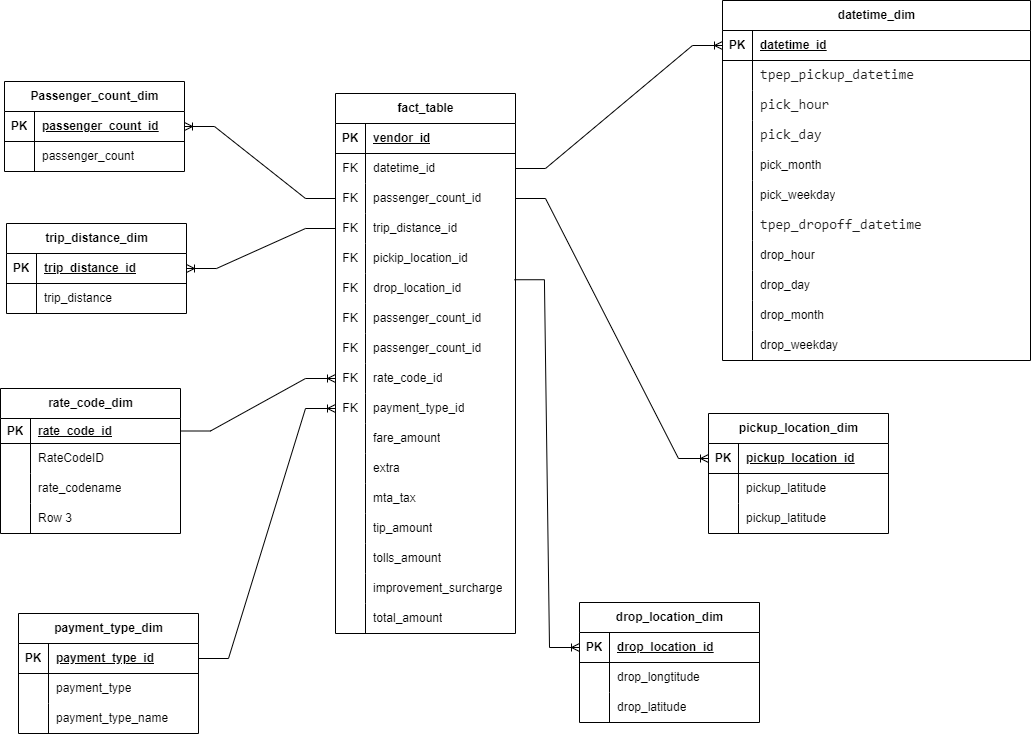
This is Star Schema.drawio.png from annhthuu16/uber-data-analytics, a draw.io export, as it was before one commit. Source tidied: cells renumbered, new cells last; positions are measured from the earlier drawing's top-left corner, leaving out a move shared by most shapes.
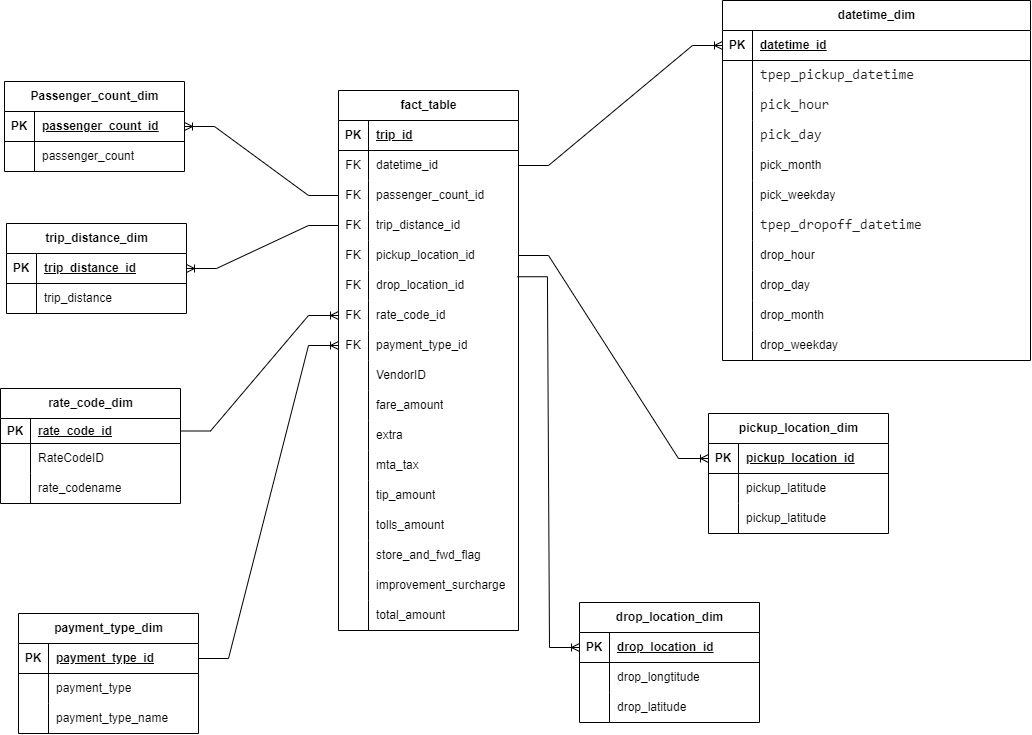
The same file after the commit.

Diff of the diagram source:
```diff
@@ -3,7 +3,7 @@
     <mxCell id="0" />
     <mxCell id="1" parent="0" />
     <mxCell id="2" value="fact_table" style="shape=table;startSize=30;rowLines=0;fontStyle=1;align=center;html=1;" parent="1" vertex="1">
-      <mxGeometry x="335" y="93" width="180" height="540" as="geometry" />
+      <mxGeometry x="338" y="90" width="180" height="540" as="geometry" />
     </mxCell>
     <mxCell id="3" style="shape=tableRow;horizontal=0;startSize=0;swimlaneHead=0;swimlaneBody=0;fillColor=none;top=0;left=0;right=0;bottom=1;" parent="2" vertex="1">
       <mxGeometry y="30" width="180" height="30" as="geometry" />
@@ -11,7 +11,7 @@
     <mxCell id="4" value="PK" style="shape=partialRectangle;fillColor=none;top=0;left=0;bottom=0;right=0;fontStyle=1;overflow=hidden;whiteSpace=wrap;html=1;" parent="3" vertex="1">
       <mxGeometry width="30" height="30" as="geometry" />
     </mxCell>
-    <mxCell id="5" value="vendor_id" style="shape=partialRectangle;fillColor=none;top=0;left=0;bottom=0;right=0;align=left;spacingLeft=6;fontStyle=5;overflow=hidden;whiteSpace=wrap;html=1;" parent="3" vertex="1">
+    <mxCell id="5" value="trip_id" style="shape=partialRectangle;fillColor=none;top=0;left=0;bottom=0;right=0;align=left;spacingLeft=6;fontStyle=5;overflow=hidden;whiteSpace=wrap;html=1;" parent="3" vertex="1">
       <mxGeometry x="30" width="150" height="30" as="geometry" />
     </mxCell>
     <mxCell id="6" style="shape=tableRow;horizontal=0;startSize=0;swimlaneHead=0;swimlaneBody=0;fillColor=none;points=[[0,0.5],[1,0.5]];portConstraint=eastwest;top=0;left=0;right=0;bottom=0;" parent="2" vertex="1">
@@ -47,7 +47,7 @@
     <mxCell id="16" value="FK" style="shape=partialRectangle;fillColor=none;top=0;left=0;bottom=0;right=0;overflow=hidden;whiteSpace=wrap;html=1;" parent="15" vertex="1">
       <mxGeometry width="30" height="30" as="geometry" />
     </mxCell>
-    <mxCell id="17" value="pickip_location_id" style="shape=partialRectangle;fillColor=none;top=0;left=0;bottom=0;right=0;align=left;spacingLeft=6;overflow=hidden;whiteSpace=wrap;html=1;" parent="15" vertex="1">
+    <mxCell id="17" value="pickup_location_id" style="shape=partialRectangle;fillColor=none;top=0;left=0;bottom=0;right=0;align=left;spacingLeft=6;overflow=hidden;whiteSpace=wrap;html=1;" parent="15" vertex="1">
       <mxGeometry x="30" width="150" height="30" as="geometry" />
     </mxCell>
     <mxCell id="18" style="shape=tableRow;horizontal=0;startSize=0;swimlaneHead=0;swimlaneBody=0;fillColor=none;points=[[0,0.5],[1,0.5]];portConstraint=eastwest;top=0;left=0;right=0;bottom=0;" parent="2" vertex="1">
@@ -59,26 +59,8 @@
     <mxCell id="20" value="drop_location_id" style="shape=partialRectangle;fillColor=none;top=0;left=0;bottom=0;right=0;align=left;spacingLeft=6;overflow=hidden;whiteSpace=wrap;html=1;" parent="18" vertex="1">
       <mxGeometry x="30" width="150" height="30" as="geometry" />
     </mxCell>
-    <mxCell id="21" style="shape=tableRow;horizontal=0;startSize=0;swimlaneHead=0;swimlaneBody=0;fillColor=none;top=0;left=0;right=0;bottom=0;" parent="2" vertex="1">
-      <mxGeometry y="210" width="180" height="30" as="geometry" />
-    </mxCell>
-    <mxCell id="22" value="FK" style="shape=partialRectangle;fillColor=none;top=0;left=0;bottom=0;right=0;overflow=hidden;whiteSpace=wrap;html=1;" parent="21" vertex="1">
-      <mxGeometry width="30" height="30" as="geometry" />
-    </mxCell>
-    <mxCell id="23" value="passenger_count_id" style="shape=partialRectangle;fillColor=none;top=0;left=0;bottom=0;right=0;align=left;spacingLeft=6;overflow=hidden;whiteSpace=wrap;html=1;" parent="21" vertex="1">
-      <mxGeometry x="30" width="150" height="30" as="geometry" />
-    </mxCell>
-    <mxCell id="24" style="shape=tableRow;horizontal=0;startSize=0;swimlaneHead=0;swimlaneBody=0;fillColor=none;top=0;left=0;right=0;bottom=0;" parent="2" vertex="1">
-      <mxGeometry y="240" width="180" height="30" as="geometry" />
-    </mxCell>
-    <mxCell id="25" value="FK" style="shape=partialRectangle;fillColor=none;top=0;left=0;bottom=0;right=0;overflow=hidden;whiteSpace=wrap;html=1;" parent="24" vertex="1">
-      <mxGeometry width="30" height="30" as="geometry" />
-    </mxCell>
-    <mxCell id="26" value="passenger_count_id" style="shape=partialRectangle;fillColor=none;top=0;left=0;bottom=0;right=0;align=left;spacingLeft=6;overflow=hidden;whiteSpace=wrap;html=1;" parent="24" vertex="1">
-      <mxGeometry x="30" width="150" height="30" as="geometry" />
-    </mxCell>
     <mxCell id="27" style="shape=tableRow;horizontal=0;startSize=0;swimlaneHead=0;swimlaneBody=0;fillColor=none;points=[[0,0.5],[1,0.5]];portConstraint=eastwest;top=0;left=0;right=0;bottom=0;" parent="2" vertex="1">
-      <mxGeometry y="270" width="180" height="30" as="geometry" />
+      <mxGeometry y="210" width="180" height="30" as="geometry" />
     </mxCell>
     <mxCell id="28" value="FK" style="shape=partialRectangle;fillColor=none;top=0;left=0;bottom=0;right=0;overflow=hidden;whiteSpace=wrap;html=1;" parent="27" vertex="1">
       <mxGeometry width="30" height="30" as="geometry" />
@@ -87,7 +69,7 @@
       <mxGeometry x="30" width="150" height="30" as="geometry" />
     </mxCell>
     <mxCell id="30" style="shape=tableRow;horizontal=0;startSize=0;swimlaneHead=0;swimlaneBody=0;fillColor=none;points=[[0,0.5],[1,0.5]];portConstraint=eastwest;top=0;left=0;right=0;bottom=0;" parent="2" vertex="1">
-      <mxGeometry y="300" width="180" height="30" as="geometry" />
+      <mxGeometry y="240" width="180" height="30" as="geometry" />
     </mxCell>
     <mxCell id="31" value="FK" style="shape=partialRectangle;fillColor=none;top=0;left=0;bottom=0;right=0;overflow=hidden;whiteSpace=wrap;html=1;" parent="30" vertex="1">
       <mxGeometry width="30" height="30" as="geometry" />
@@ -95,8 +77,17 @@
     <mxCell id="32" value="payment_type_id" style="shape=partialRectangle;fillColor=none;top=0;left=0;bottom=0;right=0;align=left;spacingLeft=6;overflow=hidden;whiteSpace=wrap;html=1;" parent="30" vertex="1">
       <mxGeometry x="30" width="150" height="30" as="geometry" />
     </mxCell>
+    <mxCell id="152" style="shape=tableRow;horizontal=0;startSize=0;swimlaneHead=0;swimlaneBody=0;fillColor=none;top=0;left=0;right=0;bottom=0;" parent="2" vertex="1">
+      <mxGeometry y="270" width="180" height="30" as="geometry" />
+    </mxCell>
+    <mxCell id="153" style="shape=partialRectangle;fillColor=none;top=0;left=0;bottom=0;right=0;overflow=hidden;whiteSpace=wrap;html=1;" parent="152" vertex="1">
+      <mxGeometry width="30" height="30" as="geometry" />
+    </mxCell>
+    <mxCell id="154" value="VendorID" style="shape=partialRectangle;fillColor=none;top=0;left=0;bottom=0;right=0;align=left;spacingLeft=6;overflow=hidden;whiteSpace=wrap;html=1;" parent="152" vertex="1">
+      <mxGeometry x="30" width="150" height="30" as="geometry" />
+    </mxCell>
     <mxCell id="33" style="shape=tableRow;horizontal=0;startSize=0;swimlaneHead=0;swimlaneBody=0;fillColor=none;top=0;left=0;right=0;bottom=0;" parent="2" vertex="1">
-      <mxGeometry y="330" width="180" height="30" as="geometry" />
+      <mxGeometry y="300" width="180" height="30" as="geometry" />
     </mxCell>
     <mxCell id="34" style="shape=partialRectangle;fillColor=none;top=0;left=0;bottom=0;right=0;overflow=hidden;whiteSpace=wrap;html=1;" parent="33" vertex="1">
       <mxGeometry width="30" height="30" as="geometry" />
@@ -105,7 +96,7 @@
       <mxGeometry x="30" width="150" height="30" as="geometry" />
     </mxCell>
     <mxCell id="36" style="shape=tableRow;horizontal=0;startSize=0;swimlaneHead=0;swimlaneBody=0;fillColor=none;top=0;left=0;right=0;bottom=0;" parent="2" vertex="1">
-      <mxGeometry y="360" width="180" height="30" as="geometry" />
+      <mxGeometry y="330" width="180" height="30" as="geometry" />
     </mxCell>
     <mxCell id="37" style="shape=partialRectangle;fillColor=none;top=0;left=0;bottom=0;right=0;overflow=hidden;whiteSpace=wrap;html=1;" parent="36" vertex="1">
       <mxGeometry width="30" height="30" as="geometry" />
@@ -114,7 +105,7 @@
       <mxGeometry x="30" width="150" height="30" as="geometry" />
     </mxCell>
     <mxCell id="39" style="shape=tableRow;horizontal=0;startSize=0;swimlaneHead=0;swimlaneBody=0;fillColor=none;top=0;left=0;right=0;bottom=0;" parent="2" vertex="1">
-      <mxGeometry y="390" width="180" height="30" as="geometry" />
+      <mxGeometry y="360" width="180" height="30" as="geometry" />
     </mxCell>
     <mxCell id="40" style="shape=partialRectangle;fillColor=none;top=0;left=0;bottom=0;right=0;overflow=hidden;whiteSpace=wrap;html=1;" parent="39" vertex="1">
       <mxGeometry width="30" height="30" as="geometry" />
@@ -123,7 +114,7 @@
       <mxGeometry x="30" width="150" height="30" as="geometry" />
     </mxCell>
     <mxCell id="42" style="shape=tableRow;horizontal=0;startSize=0;swimlaneHead=0;swimlaneBody=0;fillColor=none;top=0;left=0;right=0;bottom=0;" parent="2" vertex="1">
-      <mxGeometry y="420" width="180" height="30" as="geometry" />
+      <mxGeometry y="390" width="180" height="30" as="geometry" />
     </mxCell>
     <mxCell id="43" style="shape=partialRectangle;fillColor=none;top=0;left=0;bottom=0;right=0;overflow=hidden;whiteSpace=wrap;html=1;" parent="42" vertex="1">
       <mxGeometry width="30" height="30" as="geometry" />
@@ -132,7 +123,7 @@
       <mxGeometry x="30" width="150" height="30" as="geometry" />
     </mxCell>
     <mxCell id="45" style="shape=tableRow;horizontal=0;startSize=0;swimlaneHead=0;swimlaneBody=0;fillColor=none;top=0;left=0;right=0;bottom=0;" parent="2" vertex="1">
-      <mxGeometry y="450" width="180" height="30" as="geometry" />
+      <mxGeometry y="420" width="180" height="30" as="geometry" />
     </mxCell>
     <mxCell id="46" style="shape=partialRectangle;fillColor=none;top=0;left=0;bottom=0;right=0;overflow=hidden;whiteSpace=wrap;html=1;" parent="45" vertex="1">
       <mxGeometry width="30" height="30" as="geometry" />
@@ -140,6 +131,15 @@
     <mxCell id="47" value="tolls_amount" style="shape=partialRectangle;fillColor=none;top=0;left=0;bottom=0;right=0;align=left;spacingLeft=6;overflow=hidden;whiteSpace=wrap;html=1;" parent="45" vertex="1">
       <mxGeometry x="30" width="150" height="30" as="geometry" />
     </mxCell>
+    <mxCell id="155" style="shape=tableRow;horizontal=0;startSize=0;swimlaneHead=0;swimlaneBody=0;fillColor=none;top=0;left=0;right=0;bottom=0;" parent="2" vertex="1">
+      <mxGeometry y="450" width="180" height="30" as="geometry" />
+    </mxCell>
+    <mxCell id="156" style="shape=partialRectangle;fillColor=none;top=0;left=0;bottom=0;right=0;overflow=hidden;whiteSpace=wrap;html=1;" parent="155" vertex="1">
+      <mxGeometry width="30" height="30" as="geometry" />
+    </mxCell>
+    <mxCell id="157" value="store_and_fwd_flag" style="shape=partialRectangle;fillColor=none;top=0;left=0;bottom=0;right=0;align=left;spacingLeft=6;overflow=hidden;whiteSpace=wrap;html=1;" parent="155" vertex="1">
+      <mxGeometry x="30" width="150" height="30" as="geometry" />
+    </mxCell>
     <mxCell id="48" style="shape=tableRow;horizontal=0;startSize=0;swimlaneHead=0;swimlaneBody=0;fillColor=none;top=0;left=0;right=0;bottom=0;" parent="2" vertex="1">
       <mxGeometry y="480" width="180" height="30" as="geometry" />
     </mxCell>
@@ -374,7 +374,7 @@
     <mxCell id="125" style="edgeStyle=entityRelationEdgeStyle;fontSize=12;html=1;endArrow=ERoneToMany;rounded=0;exitX=0.994;exitY=0.208;exitDx=0;exitDy=0;exitPerimeter=0;entryX=0;entryY=0.5;entryDx=0;entryDy=0;" parent="1" edge="1" source="18" target="113">
       <mxGeometry relative="1" as="geometry" />
     </mxCell>
-    <mxCell id="126" style="edgeStyle=entityRelationEdgeStyle;fontSize=12;html=1;endArrow=ERoneToMany;rounded=0;exitX=1;exitY=0.5;exitDx=0;exitDy=0;entryX=0;entryY=0.5;entryDx=0;entryDy=0;" parent="1" edge="1" source="9" target="103">
+    <mxCell id="126" style="edgeStyle=entityRelationEdgeStyle;fontSize=12;html=1;endArrow=ERoneToMany;rounded=0;exitX=1;exitY=0.5;exitDx=0;exitDy=0;entryX=0;entryY=0.5;entryDx=0;entryDy=0;" parent="1" edge="1" source="15" target="103">
       <mxGeometry relative="1" as="geometry">
         <Array as="points">
           <mxPoint x="574" y="195" />
@@ -382,7 +382,7 @@
       </mxGeometry>
     </mxCell>
     <mxCell id="127" value="rate_code_dim" style="shape=table;startSize=30;rowLines=0;fontStyle=1;align=center;html=1;" parent="1" vertex="1">
-      <mxGeometry y="388" width="180" height="145" as="geometry" />
+      <mxGeometry y="388" width="180" height="115" as="geometry" />
     </mxCell>
     <mxCell id="128" style="shape=tableRow;horizontal=0;startSize=0;swimlaneHead=0;swimlaneBody=0;fillColor=none;points=[[0,0.5],[1,0.5]];portConstraint=eastwest;top=0;left=0;right=0;bottom=1;" parent="127" vertex="1">
       <mxGeometry y="30" width="180" height="25" as="geometry" />
@@ -411,15 +411,6 @@
     <mxCell id="136" value="rate_codename" style="shape=partialRectangle;fillColor=none;top=0;left=0;bottom=0;right=0;align=left;spacingLeft=6;overflow=hidden;whiteSpace=wrap;html=1;" parent="134" vertex="1">
       <mxGeometry x="30" width="150" height="30" as="geometry" />
     </mxCell>
-    <mxCell id="137" style="shape=tableRow;horizontal=0;startSize=0;swimlaneHead=0;swimlaneBody=0;fillColor=none;top=0;left=0;right=0;bottom=0;" parent="127" vertex="1">
-      <mxGeometry y="115" width="180" height="30" as="geometry" />
-    </mxCell>
-    <mxCell id="138" style="shape=partialRectangle;fillColor=none;top=0;left=0;bottom=0;right=0;overflow=hidden;whiteSpace=wrap;html=1;" parent="137" vertex="1">
-      <mxGeometry width="30" height="30" as="geometry" />
-    </mxCell>
-    <mxCell id="139" value="Row 3" style="shape=partialRectangle;fillColor=none;top=0;left=0;bottom=0;right=0;align=left;spacingLeft=6;overflow=hidden;whiteSpace=wrap;html=1;" parent="137" vertex="1">
-      <mxGeometry x="30" width="150" height="30" as="geometry" />
-    </mxCell>
     <mxCell id="140" style="edgeStyle=entityRelationEdgeStyle;fontSize=12;html=1;endArrow=ERoneToMany;rounded=0;exitX=1;exitY=0.5;exitDx=0;exitDy=0;entryX=0;entryY=0.5;entryDx=0;entryDy=0;" parent="1" edge="1" source="128" target="27">
       <mxGeometry relative="1" as="geometry" />
     </mxCell>
```
